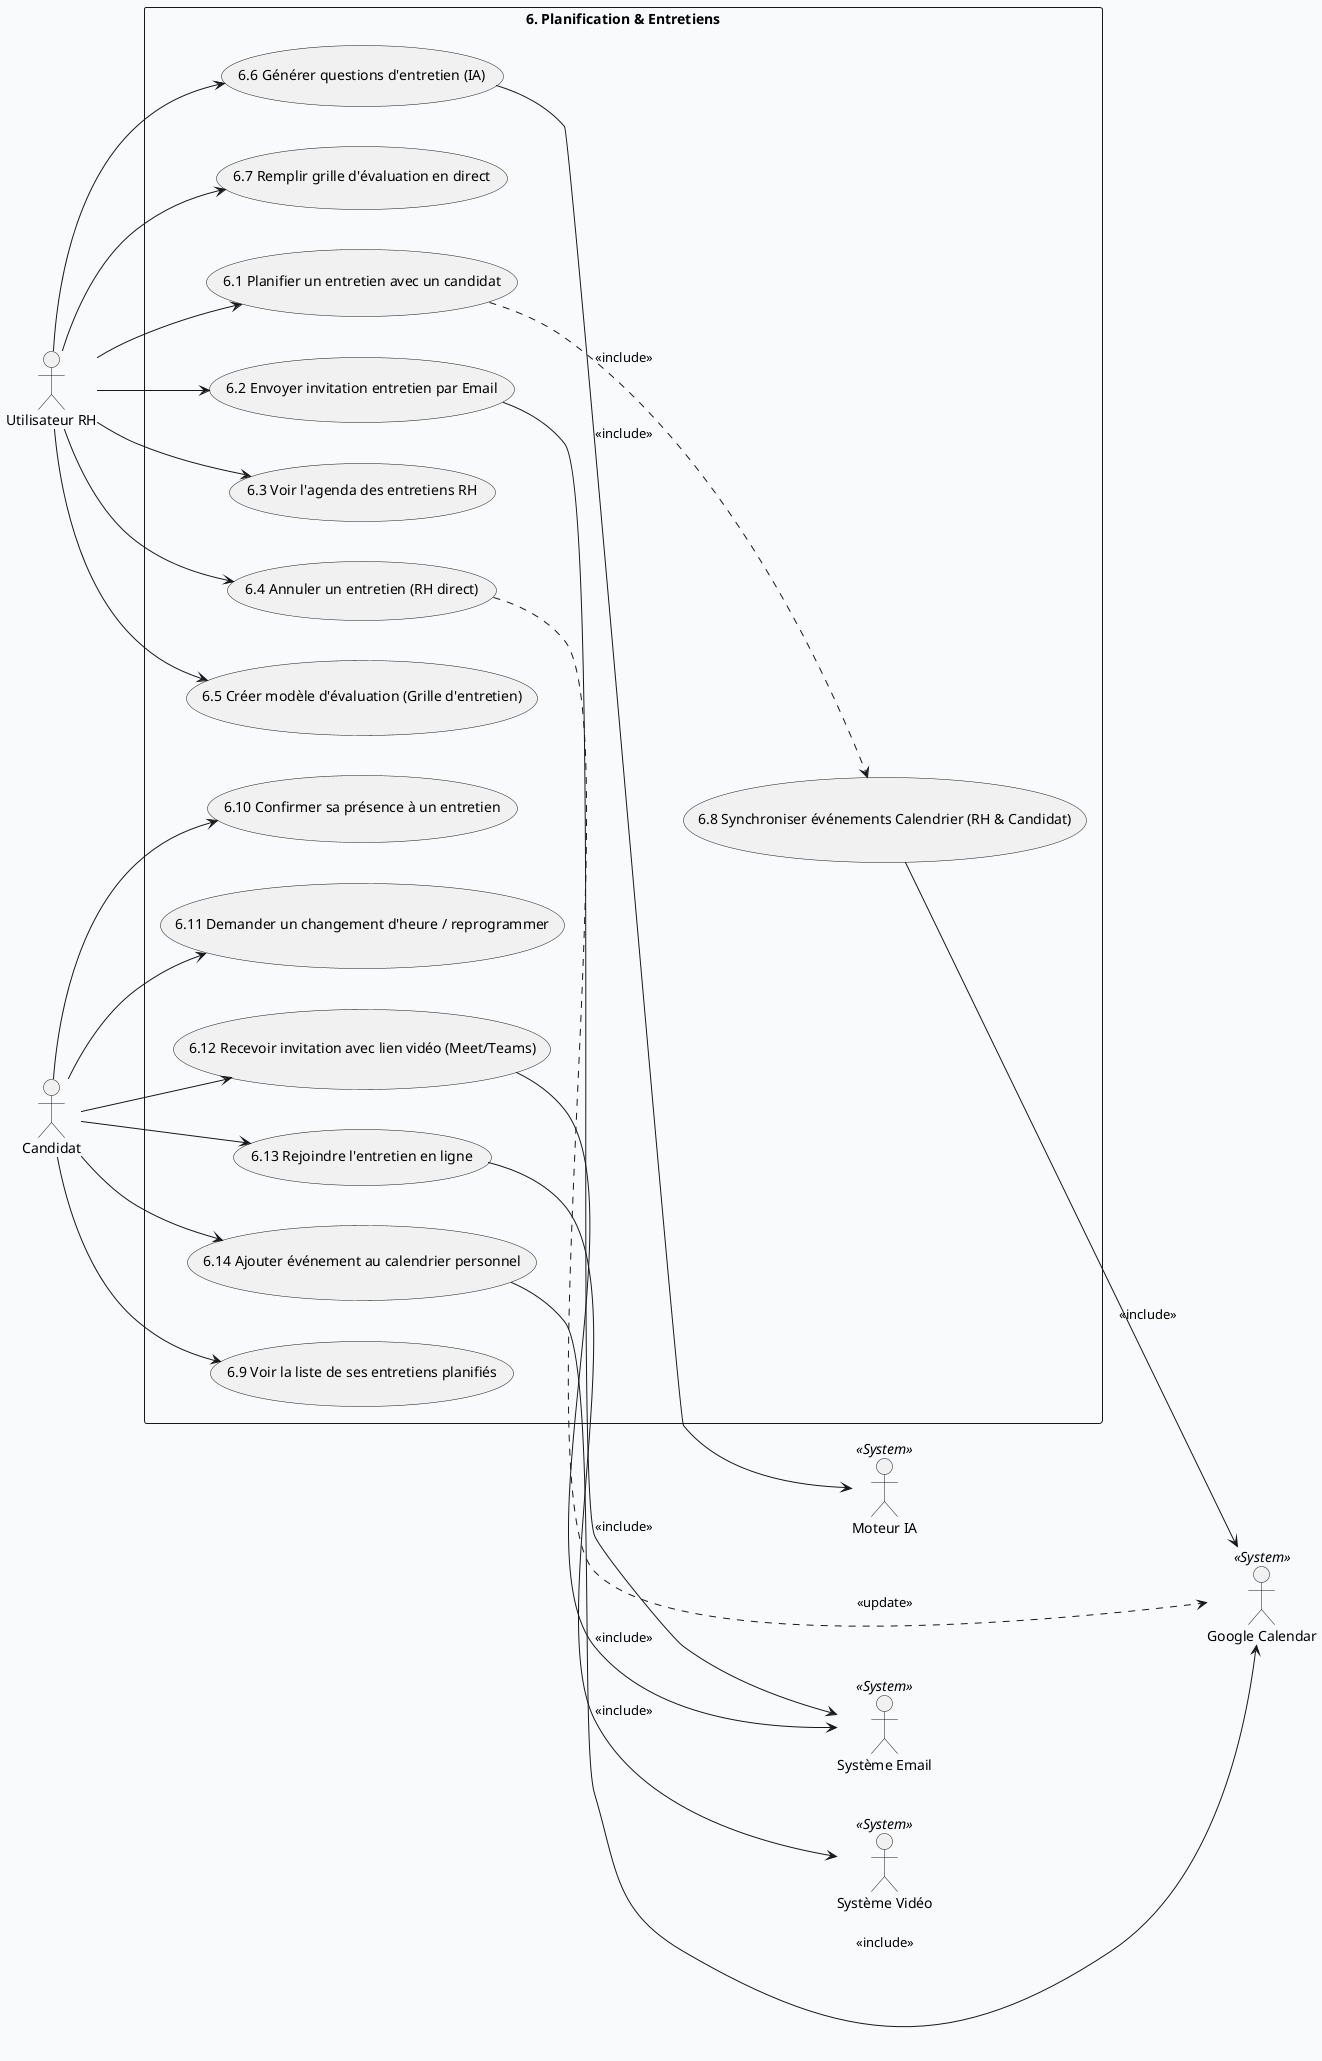
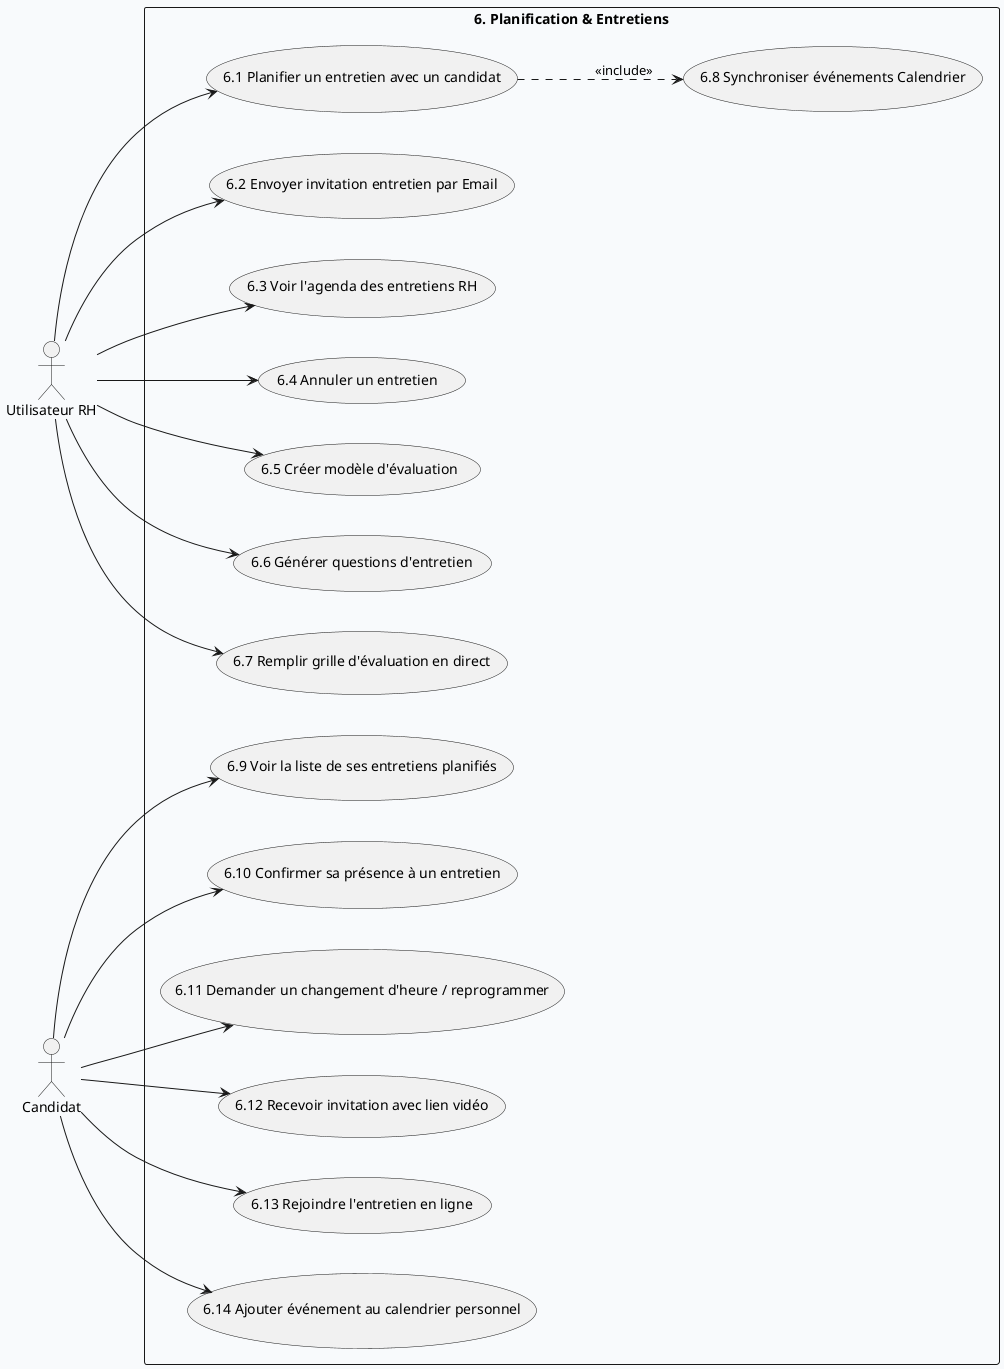
@startuml Module_6_Entretiens
skinparam backgroundColor #F8FAFC
skinparam defaultFontName Arial
skinparam nodesep 40
skinparam ranksep 60
left to right direction

actor "Utilisateur RH" as URH
actor "Candidat" as C
- actor "Google Calendar" as GCAL <<System>>
- actor "Système Email" as EMAIL <<System>>
- actor "Système Vidéo" as MEET <<System>>
- actor "Moteur IA" as IA <<System>>

rectangle "6. Planification & Entretiens" {
  usecase "6.1 Planifier un entretien avec un candidat" as UC6_1
  usecase "6.2 Envoyer invitation entretien par Email" as UC6_2
  usecase "6.3 Voir l'agenda des entretiens RH" as UC6_3
-   usecase "6.4 Annuler un entretien (RH direct)" as UC6_4
-   usecase "6.5 Créer modèle d'évaluation (Grille d'entretien)" as UC6_5
-   usecase "6.6 Générer questions d'entretien (IA)" as UC6_6
+   usecase "6.4 Annuler un entretien " as UC6_4
+   usecase "6.5 Créer modèle d'évaluation" as UC6_5
+   usecase "6.6 Générer questions d'entretien" as UC6_6
  usecase "6.7 Remplir grille d'évaluation en direct" as UC6_7
-   usecase "6.8 Synchroniser événements Calendrier (RH & Candidat)" as UC6_8
+   usecase "6.8 Synchroniser événements Calendrier" as UC6_8

  usecase "6.9 Voir la liste de ses entretiens planifiés" as UC6_9
  usecase "6.10 Confirmer sa présence à un entretien" as UC6_10
  usecase "6.11 Demander un changement d'heure / reprogrammer" as UC6_11
-   usecase "6.12 Recevoir invitation avec lien vidéo (Meet/Teams)" as UC6_12
+   usecase "6.12 Recevoir invitation avec lien vidéo" as UC6_12
  usecase "6.13 Rejoindre l'entretien en ligne" as UC6_13
  usecase "6.14 Ajouter événement au calendrier personnel" as UC6_14
}

URH --> UC6_1
URH --> UC6_2
URH --> UC6_3
URH --> UC6_4
URH --> UC6_5
URH --> UC6_6
URH --> UC6_7

C --> UC6_9
C --> UC6_10
C --> UC6_11
C --> UC6_12
C --> UC6_13
C --> UC6_14

UC6_1 ..> UC6_8 : <<include>>
- UC6_4 ..> GCAL : <<update>>
- UC6_2 --> EMAIL : <<include>>
- UC6_6 --> IA : <<include>>
- 
- UC6_12 --> EMAIL : <<include>>
- UC6_13 --> MEET : <<include>>
- UC6_14 --> GCAL : <<include>>
- UC6_8 --> GCAL : <<include>>
@enduml